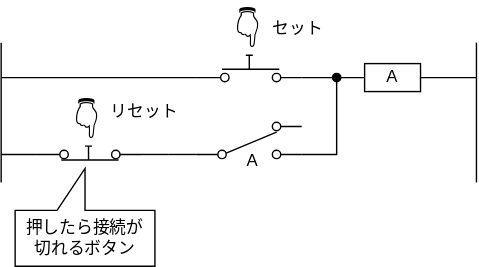
Before: Lab/Computer/RelayComputer/Day4_Latch/img/Reset.dio.svg, a diagram exported from draw.io (amane-uehara/kanade-k-1228.github.io). Source tidied: cells renumbered, new cells last; positions are measured from the earlier drawing's top-left corner, leaving out a move shared by most shapes. Source of this version:
```xml
<mxGraphModel>
  <root>
    <mxCell id="0" />
    <mxCell id="1" parent="0" />
    <mxCell id="2" value="A" style="rounded=0;whiteSpace=wrap;html=1;" parent="1" vertex="1">
      <mxGeometry x="260" y="35" width="40" height="20" as="geometry" />
    </mxCell>
    <mxCell id="3" style="verticalLabelPosition=bottom;shadow=0;dashed=0;align=center;html=1;verticalAlign=top;shape=mxgraph.electrical.electro-mechanical.2-way_switch;direction=east;" parent="1" vertex="1">
      <mxGeometry x="140" y="77" width="75" height="26" as="geometry" />
    </mxCell>
    <mxCell id="4" value="A" style="text;html=1;strokeColor=none;fillColor=none;align=center;verticalAlign=middle;whiteSpace=wrap;rounded=0;" parent="1" vertex="1">
      <mxGeometry x="170" y="95" width="20" height="20" as="geometry" />
    </mxCell>
    <mxCell id="5" style="endArrow=none;html=1;" parent="1" edge="1">
      <mxGeometry relative="1" as="geometry">
        <mxPoint y="45" as="sourcePoint" />
        <mxPoint x="140" y="45" as="targetPoint" />
      </mxGeometry>
    </mxCell>
    <mxCell id="6" style="endArrow=none;html=1;" parent="1" edge="1">
      <mxGeometry relative="1" as="geometry">
        <mxPoint x="120" y="100" as="sourcePoint" />
        <mxPoint x="140" y="100" as="targetPoint" />
      </mxGeometry>
    </mxCell>
    <mxCell id="7" style="endArrow=oval;html=1;rounded=0;endFill=1;" parent="1" edge="1">
      <mxGeometry relative="1" as="geometry">
        <mxPoint x="215" y="100" as="sourcePoint" />
        <mxPoint x="240" y="45" as="targetPoint" />
        <Array as="points">
          <mxPoint x="240" y="100" />
        </Array>
      </mxGeometry>
    </mxCell>
    <mxCell id="8" style="endArrow=none;html=1;" parent="1" edge="1">
      <mxGeometry relative="1" as="geometry">
        <mxPoint x="215" y="45" as="sourcePoint" />
        <mxPoint x="260" y="45" as="targetPoint" />
      </mxGeometry>
    </mxCell>
    <mxCell id="9" style="endArrow=none;html=1;" parent="1" edge="1">
      <mxGeometry relative="1" as="geometry">
        <mxPoint x="300" y="45" as="sourcePoint" />
        <mxPoint x="340" y="45" as="targetPoint" />
      </mxGeometry>
    </mxCell>
    <mxCell id="10" style="endArrow=none;html=1;" parent="1" edge="1">
      <mxGeometry relative="1" as="geometry">
        <mxPoint y="120" as="sourcePoint" />
        <mxPoint y="20" as="targetPoint" />
      </mxGeometry>
    </mxCell>
    <mxCell id="11" style="endArrow=none;html=1;" parent="1" edge="1">
      <mxGeometry relative="1" as="geometry">
        <mxPoint x="340" y="120" as="sourcePoint" />
        <mxPoint x="340" y="20" as="targetPoint" />
      </mxGeometry>
    </mxCell>
    <mxCell id="12" value="&lt;font style=&quot;font-size: 25px&quot;&gt;👉&lt;/font&gt;" style="text;html=1;strokeColor=none;fillColor=none;align=center;verticalAlign=middle;whiteSpace=wrap;rounded=0;rotation=90;" parent="1" vertex="1">
      <mxGeometry x="160" width="40" height="20" as="geometry" />
    </mxCell>
    <mxCell id="13" style="endArrow=none;html=1;" parent="1" edge="1">
      <mxGeometry relative="1" as="geometry">
        <mxPoint x="100" y="100" as="sourcePoint" />
        <mxPoint x="120" y="100" as="targetPoint" />
      </mxGeometry>
    </mxCell>
    <mxCell id="14" style="endArrow=none;html=1;" parent="1" edge="1">
      <mxGeometry relative="1" as="geometry">
        <mxPoint y="100" as="sourcePoint" />
        <mxPoint x="25" y="100" as="targetPoint" />
      </mxGeometry>
    </mxCell>
    <mxCell id="15" value="&lt;font style=&quot;font-size: 25px&quot;&gt;👉&lt;/font&gt;" style="text;html=1;strokeColor=none;fillColor=none;align=center;verticalAlign=middle;whiteSpace=wrap;rounded=0;rotation=90;" parent="1" vertex="1">
      <mxGeometry x="45" y="65" width="40" height="20" as="geometry" />
    </mxCell>
    <mxCell id="16" style="verticalLabelPosition=bottom;shadow=0;dashed=0;align=center;html=1;verticalAlign=top;shape=mxgraph.electrical.electro-mechanical.push_switch_no;" parent="1" vertex="1">
      <mxGeometry x="140" y="29" width="75" height="19" as="geometry" />
    </mxCell>
    <mxCell id="17" style="verticalLabelPosition=bottom;shadow=0;dashed=0;align=center;html=1;verticalAlign=top;shape=mxgraph.electrical.electro-mechanical.push_switch_nc;" parent="1" vertex="1">
      <mxGeometry x="25" y="94" width="75" height="10" as="geometry" />
    </mxCell>
    <mxCell id="18" value="押したら接続が&lt;br&gt;切れるボタン" style="shape=callout;whiteSpace=wrap;html=1;perimeter=calloutPerimeter;direction=west;" parent="1" vertex="1">
      <mxGeometry x="10" y="110" width="100" height="70" as="geometry" />
    </mxCell>
    <mxCell id="19" value="リセット" style="text;html=1;strokeColor=none;fillColor=none;align=center;verticalAlign=middle;whiteSpace=wrap;rounded=0;" parent="1" vertex="1">
      <mxGeometry x="75" y="60" width="55" height="20" as="geometry" />
    </mxCell>
    <mxCell id="20" value="セット" style="text;html=1;strokeColor=none;fillColor=none;align=center;verticalAlign=middle;whiteSpace=wrap;rounded=0;" parent="1" vertex="1">
      <mxGeometry x="185" width="55" height="20" as="geometry" />
    </mxCell>
  </root>
</mxGraphModel>
```
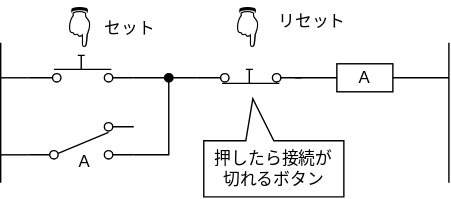
After the change.

Change to the diagram source:
```diff
@@ -6,36 +6,36 @@
       <mxGeometry x="260" y="35" width="40" height="20" as="geometry" />
     </mxCell>
     <mxCell id="3" style="verticalLabelPosition=bottom;shadow=0;dashed=0;align=center;html=1;verticalAlign=top;shape=mxgraph.electrical.electro-mechanical.2-way_switch;direction=east;" parent="1" vertex="1">
-      <mxGeometry x="140" y="77" width="75" height="26" as="geometry" />
+      <mxGeometry x="40" y="77" width="75" height="26" as="geometry" />
     </mxCell>
     <mxCell id="4" value="A" style="text;html=1;strokeColor=none;fillColor=none;align=center;verticalAlign=middle;whiteSpace=wrap;rounded=0;" parent="1" vertex="1">
-      <mxGeometry x="170" y="95" width="20" height="20" as="geometry" />
+      <mxGeometry x="70" y="95" width="20" height="20" as="geometry" />
     </mxCell>
     <mxCell id="5" style="endArrow=none;html=1;" parent="1" edge="1">
       <mxGeometry relative="1" as="geometry">
-        <mxPoint y="45" as="sourcePoint" />
-        <mxPoint x="140" y="45" as="targetPoint" />
+        <mxPoint x="20" y="45" as="sourcePoint" />
+        <mxPoint x="40" y="45" as="targetPoint" />
       </mxGeometry>
     </mxCell>
     <mxCell id="6" style="endArrow=none;html=1;" parent="1" edge="1">
       <mxGeometry relative="1" as="geometry">
-        <mxPoint x="120" y="100" as="sourcePoint" />
-        <mxPoint x="140" y="100" as="targetPoint" />
+        <mxPoint x="20" y="100" as="sourcePoint" />
+        <mxPoint x="40" y="100" as="targetPoint" />
       </mxGeometry>
     </mxCell>
     <mxCell id="7" style="endArrow=oval;html=1;rounded=0;endFill=1;" parent="1" edge="1">
       <mxGeometry relative="1" as="geometry">
-        <mxPoint x="215" y="100" as="sourcePoint" />
-        <mxPoint x="240" y="45" as="targetPoint" />
+        <mxPoint x="115" y="100" as="sourcePoint" />
+        <mxPoint x="140" y="45" as="targetPoint" />
         <Array as="points">
-          <mxPoint x="240" y="100" />
+          <mxPoint x="140" y="100" />
         </Array>
       </mxGeometry>
     </mxCell>
     <mxCell id="8" style="endArrow=none;html=1;" parent="1" edge="1">
       <mxGeometry relative="1" as="geometry">
-        <mxPoint x="215" y="45" as="sourcePoint" />
-        <mxPoint x="260" y="45" as="targetPoint" />
+        <mxPoint x="115" y="45" as="sourcePoint" />
+        <mxPoint x="160" y="45" as="targetPoint" />
       </mxGeometry>
     </mxCell>
     <mxCell id="9" style="endArrow=none;html=1;" parent="1" edge="1">
@@ -46,8 +46,8 @@
     </mxCell>
     <mxCell id="10" style="endArrow=none;html=1;" parent="1" edge="1">
       <mxGeometry relative="1" as="geometry">
-        <mxPoint y="120" as="sourcePoint" />
-        <mxPoint y="20" as="targetPoint" />
+        <mxPoint x="20" y="120" as="sourcePoint" />
+        <mxPoint x="20" y="20" as="targetPoint" />
       </mxGeometry>
     </mxCell>
     <mxCell id="11" style="endArrow=none;html=1;" parent="1" edge="1">
@@ -57,37 +57,31 @@
       </mxGeometry>
     </mxCell>
     <mxCell id="12" value="&lt;font style=&quot;font-size: 25px&quot;&gt;👉&lt;/font&gt;" style="text;html=1;strokeColor=none;fillColor=none;align=center;verticalAlign=middle;whiteSpace=wrap;rounded=0;rotation=90;" parent="1" vertex="1">
-      <mxGeometry x="160" width="40" height="20" as="geometry" />
+      <mxGeometry x="60" width="40" height="20" as="geometry" />
     </mxCell>
-    <mxCell id="13" style="endArrow=none;html=1;" parent="1" edge="1">
-      <mxGeometry relative="1" as="geometry">
-        <mxPoint x="100" y="100" as="sourcePoint" />
-        <mxPoint x="120" y="100" as="targetPoint" />
-      </mxGeometry>
-    </mxCell>
-    <mxCell id="14" style="endArrow=none;html=1;" parent="1" edge="1">
-      <mxGeometry relative="1" as="geometry">
-        <mxPoint y="100" as="sourcePoint" />
-        <mxPoint x="25" y="100" as="targetPoint" />
-      </mxGeometry>
-    </mxCell>
     <mxCell id="15" value="&lt;font style=&quot;font-size: 25px&quot;&gt;👉&lt;/font&gt;" style="text;html=1;strokeColor=none;fillColor=none;align=center;verticalAlign=middle;whiteSpace=wrap;rounded=0;rotation=90;" parent="1" vertex="1">
-      <mxGeometry x="45" y="65" width="40" height="20" as="geometry" />
+      <mxGeometry x="180" width="40" height="20" as="geometry" />
     </mxCell>
     <mxCell id="16" style="verticalLabelPosition=bottom;shadow=0;dashed=0;align=center;html=1;verticalAlign=top;shape=mxgraph.electrical.electro-mechanical.push_switch_no;" parent="1" vertex="1">
-      <mxGeometry x="140" y="29" width="75" height="19" as="geometry" />
+      <mxGeometry x="40" y="29" width="75" height="19" as="geometry" />
     </mxCell>
     <mxCell id="17" style="verticalLabelPosition=bottom;shadow=0;dashed=0;align=center;html=1;verticalAlign=top;shape=mxgraph.electrical.electro-mechanical.push_switch_nc;" parent="1" vertex="1">
-      <mxGeometry x="25" y="94" width="75" height="10" as="geometry" />
+      <mxGeometry x="160" y="39" width="75" height="10" as="geometry" />
     </mxCell>
-    <mxCell id="18" value="押したら接続が&lt;br&gt;切れるボタン" style="shape=callout;whiteSpace=wrap;html=1;perimeter=calloutPerimeter;direction=west;" parent="1" vertex="1">
-      <mxGeometry x="10" y="110" width="100" height="70" as="geometry" />
+    <mxCell id="18" value="押したら接続が&lt;br&gt;切れるボタン" style="shape=callout;whiteSpace=wrap;html=1;perimeter=calloutPerimeter;direction=west;position2=0.65;" parent="1" vertex="1">
+      <mxGeometry x="165" y="60" width="100" height="70" as="geometry" />
     </mxCell>
     <mxCell id="19" value="リセット" style="text;html=1;strokeColor=none;fillColor=none;align=center;verticalAlign=middle;whiteSpace=wrap;rounded=0;" parent="1" vertex="1">
-      <mxGeometry x="75" y="60" width="55" height="20" as="geometry" />
+      <mxGeometry x="215" y="-5" width="55" height="20" as="geometry" />
     </mxCell>
     <mxCell id="20" value="セット" style="text;html=1;strokeColor=none;fillColor=none;align=center;verticalAlign=middle;whiteSpace=wrap;rounded=0;" parent="1" vertex="1">
-      <mxGeometry x="185" width="55" height="20" as="geometry" />
+      <mxGeometry x="85" width="55" height="20" as="geometry" />
     </mxCell>
+    <mxCell id="21" style="endArrow=none;html=1;" parent="1" edge="1">
+      <mxGeometry relative="1" as="geometry">
+        <mxPoint x="230" y="45" as="sourcePoint" />
+        <mxPoint x="260" y="45" as="targetPoint" />
+      </mxGeometry>
+    </mxCell>
   </root>
 </mxGraphModel>
```
